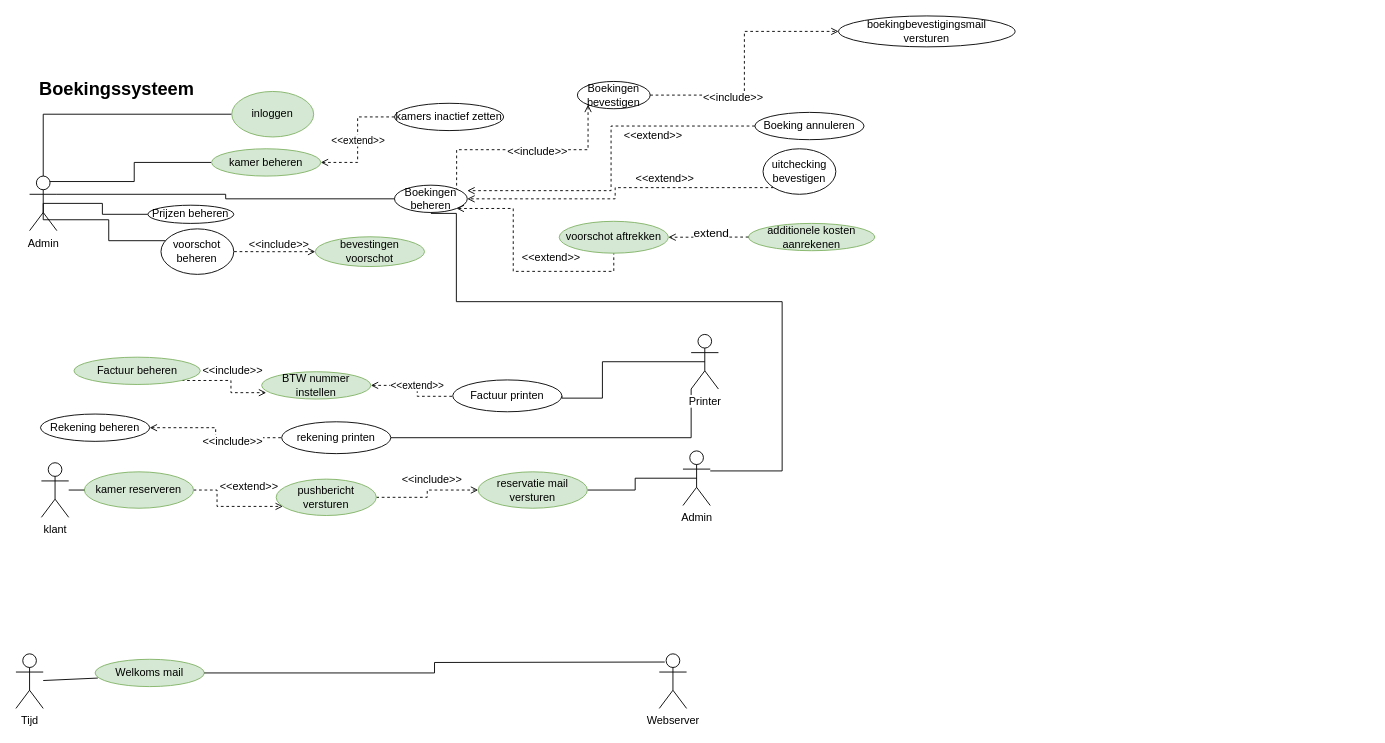
Before: Untitled Diagram.drawio in donnie1998/thomasmore2019-2020, a draw.io diagram. Source tidied: cells renumbered, new cells numbered last; positions are measured from the earlier drawing's top-left corner, leaving out a move shared by most shapes. Both pictures are drawn from the tidied source at 91%, with x=0, y=0 at pixel (15, 15).
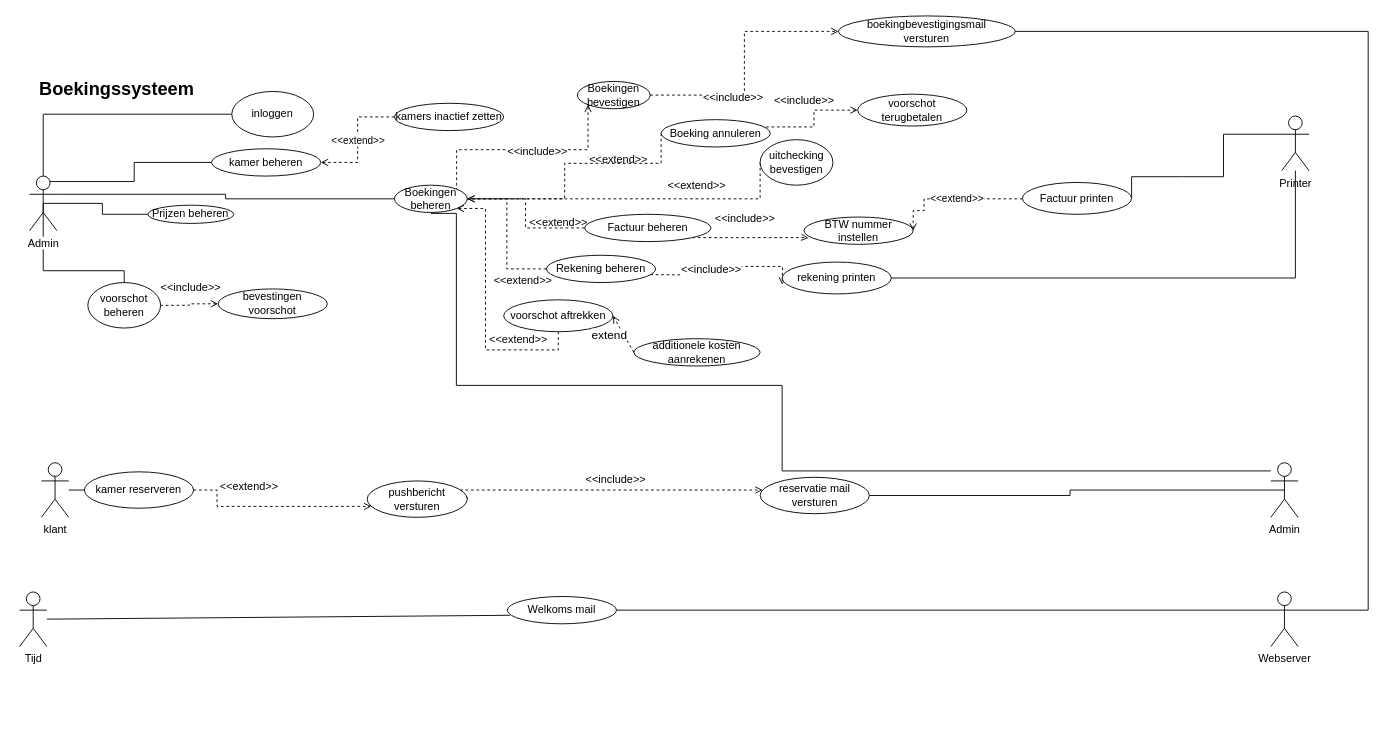
The same page after the edit.

Unchanged cells that the change refers to:
```xml
<mxCell id="11" value="Boekingen beheren" style="ellipse;whiteSpace=wrap;html=1;" parent="1" vertex="1">
  <mxGeometry x="416" y="186" width="80" height="30" as="geometry" />
</mxCell>
<mxCell id="29" value="Admin" style="shape=umlActor;verticalLabelPosition=bottom;labelBackgroundColor=#ffffff;verticalAlign=top;html=1;outlineConnect=0;" parent="1" vertex="1">
  <mxGeometry x="15" y="176" width="30" height="60" as="geometry" />
</mxCell>
<mxCell id="62" value="boekingbevestigingsmail&lt;br&gt;versturen" style="ellipse;whiteSpace=wrap;html=1;" parent="1" vertex="1">
  <mxGeometry x="904" width="194" height="34" as="geometry" />
</mxCell>
```

The edit, as a diff of the source:
```diff
@@
-    <mxCell id="2" style="edgeStyle=orthogonalEdgeStyle;rounded=0;jettySize=auto;html=1;exitX=0;exitY=1;exitDx=0;exitDy=0;exitPerimeter=0;entryX=1;entryY=0.5;entryDx=0;entryDy=0;startArrow=none;startFill=0;endArrow=none;endFill=0;" parent="1" edge="1" source="3" target="47">
-      <mxGeometry relative="1" as="geometry" />
-    </mxCell>
     <mxCell id="3" value="&lt;div&gt;Printer&lt;/div&gt;" style="shape=umlActor;verticalLabelPosition=bottom;labelBackgroundColor=#ffffff;verticalAlign=top;html=1;outlineConnect=0;" parent="1" vertex="1">
-      <mxGeometry x="742" y="350" width="30" height="60" as="geometry" />
+      <mxGeometry x="1391" y="110" width="30" height="60" as="geometry" />
     </mxCell>
     <mxCell id="4" value="Tijd" style="shape=umlActor;verticalLabelPosition=bottom;labelBackgroundColor=#ffffff;verticalAlign=top;html=1;outlineConnect=0;" parent="1" vertex="1">
-      <mxGeometry y="701" width="30" height="60" as="geometry" />
+      <mxGeometry x="4" y="633" width="30" height="60" as="geometry" />
     </mxCell>
@@
-    <mxCell id="7" value="inloggen" style="ellipse;whiteSpace=wrap;html=1;fillColor=#d5e8d4;strokeColor=#82b366;" parent="1" vertex="1">
+    <mxCell id="7" value="inloggen" style="ellipse;whiteSpace=wrap;html=1;" parent="1" vertex="1">
       <mxGeometry x="237.2" y="83" width="90" height="50" as="geometry" />
     </mxCell>
@@
     <mxCell id="9" style="edgeStyle=orthogonalEdgeStyle;rounded=0;jettySize=auto;html=1;startArrow=none;startFill=0;endArrow=none;endFill=0;" parent="1" edge="1" target="52">
       <mxGeometry relative="1" as="geometry">
         <mxPoint x="456" y="217" as="sourcePoint" />
         <Array as="points">
-          <mxPoint x="484" y="314" />
-          <mxPoint x="842" y="314" />
+          <mxPoint x="484" y="217" />
+          <mxPoint x="484" y="406" />
+          <mxPoint x="842" y="406" />
           <mxPoint x="842" y="500" />
         </Array>
       </mxGeometry>
     </mxCell>
@@
     <mxCell id="12" value="voorschot beheren" style="ellipse;whiteSpace=wrap;html=1;" parent="1" vertex="1">
-      <mxGeometry x="159.4" y="234" width="80" height="50" as="geometry" />
+      <mxGeometry x="79" y="293" width="80" height="50" as="geometry" />
     </mxCell>
+    <mxCell id="68" style="edgeStyle=orthogonalEdgeStyle;rounded=0;jettySize=auto;html=1;exitX=1;exitY=0.5;exitDx=0;exitDy=0;entryX=0;entryY=0.3333333333333333;entryDx=0;entryDy=0;entryPerimeter=0;startArrow=none;startFill=0;endArrow=none;endFill=0;" parent="1" edge="1" source="13" target="33">
+      <mxGeometry relative="1" as="geometry" />
+    </mxCell>
-    <mxCell id="13" value="Welkoms mail" style="ellipse;whiteSpace=wrap;html=1;fillColor=#d5e8d4;strokeColor=#82b366;" parent="1" vertex="1">
-      <mxGeometry x="87" y="707" width="120" height="30" as="geometry" />
+    <mxCell id="13" value="Welkoms mail" style="ellipse;whiteSpace=wrap;html=1;" parent="1" vertex="1">
+      <mxGeometry x="540" y="638" width="120" height="30" as="geometry" />
     </mxCell>
@@
-    <mxCell id="16" value="kamer reserveren" style="ellipse;whiteSpace=wrap;html=1;fillColor=#d5e8d4;strokeColor=#82b366;" parent="1" vertex="1">
+    <mxCell id="16" value="kamer reserveren" style="ellipse;whiteSpace=wrap;html=1;" parent="1" vertex="1">
       <mxGeometry x="75.2" y="501" width="120" height="40" as="geometry" />
     </mxCell>
@@
-    <mxCell id="19" value="kamer beheren" style="ellipse;whiteSpace=wrap;html=1;fillColor=#d5e8d4;strokeColor=#82b366;" parent="1" vertex="1">
+    <mxCell id="19" value="kamer beheren" style="ellipse;whiteSpace=wrap;html=1;" parent="1" vertex="1">
       <mxGeometry x="215" y="146" width="120" height="30" as="geometry" />
     </mxCell>
@@
-    <mxCell id="22" value="bevestingen voorschot" style="ellipse;whiteSpace=wrap;html=1;fillColor=#d5e8d4;strokeColor=#82b366;" parent="1" vertex="1">
-      <mxGeometry x="329" y="242.7" width="120" height="32.7" as="geometry" />
+    <mxCell id="22" value="bevestingen voorschot" style="ellipse;whiteSpace=wrap;html=1;" parent="1" vertex="1">
+      <mxGeometry x="222.2" y="300" width="120" height="32.7" as="geometry" />
     </mxCell>
@@
     <mxCell id="25" style="edgeStyle=orthogonalEdgeStyle;rounded=0;jettySize=auto;html=1;exitX=1;exitY=1;exitDx=0;exitDy=0;entryX=0.042;entryY=0.767;entryDx=0;entryDy=0;entryPerimeter=0;dashed=1;startArrow=none;startFill=0;endArrow=open;endFill=0;" parent="1" edge="1" source="26" target="31">
-      <mxGeometry relative="1" as="geometry" />
+      <mxGeometry relative="1" as="geometry">
+        <Array as="points">
+          <mxPoint x="867" y="243" />
+        </Array>
+      </mxGeometry>
     </mxCell>
+    <mxCell id="69" style="edgeStyle=orthogonalEdgeStyle;rounded=0;jettySize=auto;html=1;exitX=0;exitY=0.5;exitDx=0;exitDy=0;entryX=1;entryY=0.5;entryDx=0;entryDy=0;dashed=1;startArrow=none;startFill=0;endArrow=open;endFill=0;" parent="1" edge="1" source="26" target="11">
+      <mxGeometry relative="1" as="geometry">
+        <Array as="points">
+          <mxPoint x="560" y="233" />
+          <mxPoint x="560" y="201" />
+        </Array>
+      </mxGeometry>
+    </mxCell>
-    <mxCell id="26" value="Factuur beheren" style="ellipse;whiteSpace=wrap;html=1;fillColor=#d5e8d4;strokeColor=#82b366;" parent="1" vertex="1">
-      <mxGeometry x="63.8" y="375" width="138.8" height="30" as="geometry" />
+    <mxCell id="26" value="Factuur beheren" style="ellipse;whiteSpace=wrap;html=1;" parent="1" vertex="1">
+      <mxGeometry x="625" y="218" width="138.8" height="30" as="geometry" />
     </mxCell>
-    <mxCell id="27" value="additionele kosten&lt;br&gt;aanrekenen" style="ellipse;whiteSpace=wrap;html=1;fillColor=#d5e8d4;strokeColor=#82b366;" parent="1" vertex="1">
-      <mxGeometry x="805" y="228" width="138.8" height="30" as="geometry" />
+    <mxCell id="27" value="additionele kosten&lt;br&gt;aanrekenen" style="ellipse;whiteSpace=wrap;html=1;" parent="1" vertex="1">
+      <mxGeometry x="679" y="354.7" width="138.8" height="30" as="geometry" />
     </mxCell>
     <mxCell id="28" style="edgeStyle=orthogonalEdgeStyle;rounded=0;jettySize=auto;html=1;exitX=0.5;exitY=0.5;exitDx=0;exitDy=0;exitPerimeter=0;endArrow=none;endFill=0;" parent="1" edge="1" source="29" target="12">
       <mxGeometry relative="1" as="geometry">
         <Array as="points">
-          <mxPoint x="30" y="224" />
-          <mxPoint x="102" y="224" />
-          <mxPoint x="102" y="247" />
+          <mxPoint x="30" y="280" />
+          <mxPoint x="119" y="280" />
         </Array>
       </mxGeometry>
     </mxCell>
@@
     <mxCell id="30" value="&amp;lt;&amp;lt;extend&amp;gt;&amp;gt;" style="edgeStyle=orthogonalEdgeStyle;rounded=0;jettySize=auto;html=1;exitX=1;exitY=0.5;exitDx=0;exitDy=0;dashed=1;startArrow=open;startFill=0;endArrow=none;endFill=0;" parent="1" edge="1" source="31" target="49">
-      <mxGeometry relative="1" as="geometry">
+      <mxGeometry x="0.07" relative="1" as="geometry">
         <Array as="points">
-          <mxPoint x="441" y="406" />
-          <mxPoint x="441" y="418" />
+          <mxPoint x="986" y="214" />
+          <mxPoint x="998" y="214" />
+          <mxPoint x="998" y="201" />
         </Array>
       </mxGeometry>
     </mxCell>
-    <mxCell id="31" value="BTW nummer instellen" style="ellipse;whiteSpace=wrap;html=1;fillColor=#d5e8d4;strokeColor=#82b366;" parent="1" vertex="1">
-      <mxGeometry x="270" y="391" width="120" height="30" as="geometry" />
+    <mxCell id="31" value="BTW nummer instellen" style="ellipse;whiteSpace=wrap;html=1;" parent="1" vertex="1">
+      <mxGeometry x="866" y="221" width="120" height="30" as="geometry" />
     </mxCell>
-    <mxCell id="32" style="edgeStyle=orthogonalEdgeStyle;rounded=0;jettySize=auto;html=1;exitX=0;exitY=0.3333333333333333;exitDx=0;exitDy=0;exitPerimeter=0;entryX=1;entryY=0.5;entryDx=0;entryDy=0;endArrow=none;endFill=0;" parent="1" edge="1" target="13">
-      <mxGeometry relative="1" as="geometry">
-        <mxPoint x="713" y="710" as="sourcePoint" />
-      </mxGeometry>
-    </mxCell>
     <mxCell id="33" value="Webserver" style="shape=umlActor;verticalLabelPosition=bottom;labelBackgroundColor=#ffffff;verticalAlign=top;html=1;outlineConnect=0;" parent="1" vertex="1">
-      <mxGeometry x="707" y="701" width="30" height="60" as="geometry" />
+      <mxGeometry x="1379" y="633" width="30" height="60" as="geometry" />
     </mxCell>
@@
-    <mxCell id="36" value="pushbericht&lt;br&gt;versturen" style="ellipse;whiteSpace=wrap;html=1;fillColor=#d5e8d4;strokeColor=#82b366;" parent="1" vertex="1">
-      <mxGeometry x="286" y="509" width="110" height="40" as="geometry" />
+    <mxCell id="36" value="pushbericht&lt;br&gt;versturen" style="ellipse;whiteSpace=wrap;html=1;" parent="1" vertex="1">
+      <mxGeometry x="386" y="511" width="110" height="40" as="geometry" />
     </mxCell>
-    <mxCell id="37" style="edgeStyle=orthogonalEdgeStyle;rounded=0;jettySize=auto;html=1;exitX=0;exitY=1;exitDx=0;exitDy=0;startArrow=none;startFill=0;endArrow=open;endFill=0;dashed=1;" parent="1" edge="1" source="38" target="11">
-      <mxGeometry relative="1" as="geometry" />
+    <mxCell id="37" style="edgeStyle=orthogonalEdgeStyle;rounded=0;jettySize=auto;html=1;exitX=0;exitY=0.5;exitDx=0;exitDy=0;entryX=1;entryY=0.5;entryDx=0;entryDy=0;startArrow=none;startFill=0;endArrow=none;endFill=0;dashed=1;" parent="1" edge="1" source="38" target="11">
+      <mxGeometry relative="1" as="geometry">
+        <Array as="points">
+          <mxPoint x="818" y="201" />
+        </Array>
+      </mxGeometry>
     </mxCell>
     <mxCell id="38" value="uitchecking bevestigen" style="ellipse;whiteSpace=wrap;html=1;" parent="1" vertex="1">
-      <mxGeometry x="821" y="146" width="80" height="50" as="geometry" />
+      <mxGeometry x="817.8" y="136" width="80" height="50" as="geometry" />
     </mxCell>
-    <mxCell id="39" value="voorschot aftrekken" style="ellipse;whiteSpace=wrap;html=1;fillColor=#d5e8d4;strokeColor=#82b366;" parent="1" vertex="1">
-      <mxGeometry x="597" y="225.7" width="120" height="35" as="geometry" />
+    <mxCell id="39" value="voorschot aftrekken" style="ellipse;whiteSpace=wrap;html=1;" parent="1" vertex="1">
+      <mxGeometry x="536" y="312" width="120" height="35" as="geometry" />
     </mxCell>
@@
-    <mxCell id="42" style="edgeStyle=orthogonalEdgeStyle;rounded=0;jettySize=auto;html=1;exitX=0;exitY=0.5;exitDx=0;exitDy=0;entryX=1;entryY=0.2;entryDx=0;entryDy=0;entryPerimeter=0;startArrow=none;startFill=0;endArrow=open;endFill=0;dashed=1;" parent="1" edge="1" source="43" target="11">
-      <mxGeometry relative="1" as="geometry" />
+    <mxCell id="42" style="edgeStyle=orthogonalEdgeStyle;rounded=0;jettySize=auto;html=1;exitX=0;exitY=0.5;exitDx=0;exitDy=0;entryX=1;entryY=0.5;entryDx=0;entryDy=0;startArrow=none;startFill=0;endArrow=none;endFill=0;dashed=1;" parent="1" edge="1" source="43" target="11">
+      <mxGeometry relative="1" as="geometry">
+        <Array as="points">
+          <mxPoint x="709" y="162" />
+          <mxPoint x="603" y="162" />
+          <mxPoint x="603" y="201" />
+        </Array>
+      </mxGeometry>
     </mxCell>
     <mxCell id="43" value="Boeking annuleren" style="ellipse;whiteSpace=wrap;html=1;" parent="1" vertex="1">
-      <mxGeometry x="812" y="106" width="120" height="30" as="geometry" />
+      <mxGeometry x="709" y="114" width="120" height="30" as="geometry" />
     </mxCell>
-    <mxCell id="44" style="edgeStyle=orthogonalEdgeStyle;rounded=0;jettySize=auto;html=1;exitX=1;exitY=0.5;exitDx=0;exitDy=0;entryX=0;entryY=0.5;entryDx=0;entryDy=0;dashed=1;startArrow=open;startFill=0;endArrow=none;endFill=0;" parent="1" edge="1" source="46" target="47">
-      <mxGeometry relative="1" as="geometry" />
+    <mxCell id="44" style="edgeStyle=orthogonalEdgeStyle;rounded=0;orthogonalLoop=1;jettySize=auto;html=1;exitX=1;exitY=0.5;exitDx=0;exitDy=0;entryX=0;entryY=0.5;entryDx=0;entryDy=0;dashed=1;startArrow=none;startFill=0;endArrow=open;endFill=0;" parent="1" edge="1">
+      <mxGeometry relative="1" as="geometry">
+        <mxPoint x="697" y="284.3" as="sourcePoint" />
+        <mxPoint x="842" y="295.3" as="targetPoint" />
+      </mxGeometry>
     </mxCell>
     <mxCell id="45" value="&amp;lt;&amp;lt;include&amp;gt;&amp;gt;" style="text;html=1;align=center;verticalAlign=middle;labelBackgroundColor=#ffffff;" parent="44" vertex="1">
       <mxGeometry x="0.3" y="-3" relative="1" as="geometry">
-        <mxPoint y="1" as="offset" />
+        <mxPoint x="-37.9" y="-0.3" as="offset" />
       </mxGeometry>
     </mxCell>
+    <mxCell id="70" style="edgeStyle=orthogonalEdgeStyle;rounded=0;jettySize=auto;html=1;exitX=0;exitY=0.5;exitDx=0;exitDy=0;entryX=1;entryY=0.5;entryDx=0;entryDy=0;dashed=1;startArrow=none;startFill=0;endArrow=open;endFill=0;" parent="1" edge="1" source="46" target="11">
+      <mxGeometry relative="1" as="geometry" />
+    </mxCell>
     <mxCell id="46" value="Rekening beheren" style="ellipse;whiteSpace=wrap;html=1;" parent="1" vertex="1">
-      <mxGeometry x="27" y="437.5" width="120" height="30" as="geometry" />
+      <mxGeometry x="583" y="263" width="120" height="30" as="geometry" />
     </mxCell>
+    <mxCell id="71" style="edgeStyle=orthogonalEdgeStyle;rounded=0;jettySize=auto;html=1;exitX=1;exitY=0.5;exitDx=0;exitDy=0;startArrow=none;startFill=0;endArrow=none;endFill=0;" parent="1" edge="1" source="47" target="3">
+      <mxGeometry relative="1" as="geometry" />
+    </mxCell>
     <mxCell id="47" value="rekening printen" style="ellipse;whiteSpace=wrap;html=1;" parent="1" vertex="1">
-      <mxGeometry x="292" y="446" width="120" height="35" as="geometry" />
+      <mxGeometry x="842" y="270.5" width="120" height="35" as="geometry" />
     </mxCell>
-    <mxCell id="48" style="edgeStyle=orthogonalEdgeStyle;rounded=0;jettySize=auto;html=1;exitX=1;exitY=0.5;exitDx=0;exitDy=0;endArrow=none;endFill=0;entryX=0.5;entryY=0.5;entryDx=0;entryDy=0;entryPerimeter=0;" parent="1" edge="1" source="49" target="3">
+    <mxCell id="48" style="edgeStyle=orthogonalEdgeStyle;rounded=0;jettySize=auto;html=1;exitX=1;exitY=0.5;exitDx=0;exitDy=0;endArrow=none;endFill=0;entryX=0;entryY=0.3333333333333333;entryDx=0;entryDy=0;entryPerimeter=0;" parent="1" edge="1" source="49" target="3">
       <mxGeometry relative="1" as="geometry">
         <Array as="points">
-          <mxPoint x="644.5" y="420" />
+          <mxPoint x="1282" y="176.7" />
+          <mxPoint x="1327" y="176.7" />
+          <mxPoint x="1327" y="126.7" />
         </Array>
       </mxGeometry>
     </mxCell>
     <mxCell id="49" value="Factuur printen" style="ellipse;whiteSpace=wrap;html=1;" parent="1" vertex="1">
-      <mxGeometry x="480" y="400" width="120" height="35" as="geometry" />
+      <mxGeometry x="1106" y="183" width="120" height="35" as="geometry" />
     </mxCell>
@@
     <mxCell id="52" value="Admin" style="shape=umlActor;verticalLabelPosition=bottom;labelBackgroundColor=#ffffff;verticalAlign=top;html=1;outlineConnect=0;" parent="1" vertex="1">
-      <mxGeometry x="733" y="478" width="30" height="60" as="geometry" />
+      <mxGeometry x="1379" y="491" width="30" height="60" as="geometry" />
     </mxCell>
@@
     <mxCell id="54" value="&amp;lt;&amp;lt;include&amp;gt;&amp;gt;" style="text;html=1;align=center;verticalAlign=middle;" parent="1" vertex="1">
-      <mxGeometry x="200" y="381" width="76" height="18" as="geometry" />
+      <mxGeometry x="763" y="214" width="76" height="18" as="geometry" />
     </mxCell>
     <mxCell id="55" value="&amp;lt;&amp;lt;extend&amp;gt;&amp;gt;" style="text;html=1;align=center;verticalAlign=middle;" parent="1" vertex="1">
-      <mxGeometry x="663" y="123" width="74" height="18" as="geometry" />
+      <mxGeometry x="625" y="149" width="74" height="18" as="geometry" />
     </mxCell>
     <mxCell id="56" value="&amp;lt;&amp;lt;extend&amp;gt;&amp;gt;" style="text;html=1;align=center;verticalAlign=middle;" parent="1" vertex="1">
-      <mxGeometry x="676" y="170.3" width="74" height="18" as="geometry" />
+      <mxGeometry x="711.4" y="178" width="74" height="18" as="geometry" />
     </mxCell>
     <mxCell id="57" value="&amp;lt;&amp;lt;include&amp;gt;&amp;gt;" style="text;html=1;align=center;verticalAlign=middle;" parent="1" vertex="1">
-      <mxGeometry x="251.2" y="242.7" width="76" height="18" as="geometry" />
+      <mxGeometry x="154.2" y="290" width="76" height="18" as="geometry" />
     </mxCell>
@@
-    <mxCell id="60" value="reservatie mail versturen" style="ellipse;whiteSpace=wrap;html=1;fillColor=#d5e8d4;strokeColor=#82b366;" parent="1" vertex="1">
-      <mxGeometry x="508" y="501" width="120" height="40" as="geometry" />
+    <mxCell id="60" value="reservatie mail versturen" style="ellipse;whiteSpace=wrap;html=1;" parent="1" vertex="1">
+      <mxGeometry x="817.8" y="507" width="120" height="40" as="geometry" />
     </mxCell>
     <mxCell id="61" value="&amp;lt;&amp;lt;extend&amp;gt;&amp;gt;" style="text;html=1;align=center;verticalAlign=middle;" parent="1" vertex="1">
-      <mxGeometry x="551" y="257.3" width="74" height="18" as="geometry" />
+      <mxGeometry x="515" y="347" width="74" height="18" as="geometry" />
     </mxCell>
+    <mxCell id="72" style="edgeStyle=orthogonalEdgeStyle;rounded=0;jettySize=auto;html=1;exitX=1;exitY=0.5;exitDx=0;exitDy=0;entryX=1;entryY=0.3333333333333333;entryDx=0;entryDy=0;entryPerimeter=0;startArrow=none;startFill=0;endArrow=none;endFill=0;" parent="1" edge="1" source="62" target="33">
+      <mxGeometry relative="1" as="geometry">
+        <Array as="points">
+          <mxPoint x="1486" y="17" />
+          <mxPoint x="1486" y="653" />
+        </Array>
+      </mxGeometry>
+    </mxCell>
@@
+    <mxCell id="73" value="&amp;lt;&amp;lt;extend&amp;gt;&amp;gt;" style="text;html=1;align=center;verticalAlign=middle;" parent="1" vertex="1">
+      <mxGeometry x="520" y="282" width="74" height="18" as="geometry" />
+    </mxCell>
+    <mxCell id="74" style="edgeStyle=orthogonalEdgeStyle;rounded=0;jettySize=auto;html=1;exitX=0;exitY=0.5;exitDx=0;exitDy=0;entryX=0.953;entryY=0.267;entryDx=0;entryDy=0;entryPerimeter=0;startArrow=open;startFill=0;endArrow=none;endFill=0;dashed=1;" parent="1" edge="1" source="75" target="43">
+      <mxGeometry relative="1" as="geometry" />
+    </mxCell>
+    <mxCell id="75" value="voorschot terugbetalen" style="ellipse;whiteSpace=wrap;html=1;" parent="1" vertex="1">
+      <mxGeometry x="925" y="86" width="120" height="35" as="geometry" />
+    </mxCell>
+    <mxCell id="76" value="&amp;lt;&amp;lt;include&amp;gt;&amp;gt;" style="text;html=1;align=center;verticalAlign=middle;" parent="1" vertex="1">
+      <mxGeometry x="828" y="84" width="76" height="18" as="geometry" />
+    </mxCell>
+    <mxCell id="77" value="&amp;lt;&amp;lt;extend&amp;gt;&amp;gt;" style="text;html=1;align=center;verticalAlign=middle;" parent="1" vertex="1">
+      <mxGeometry x="559" y="218" width="74" height="18" as="geometry" />
+    </mxCell>
```
